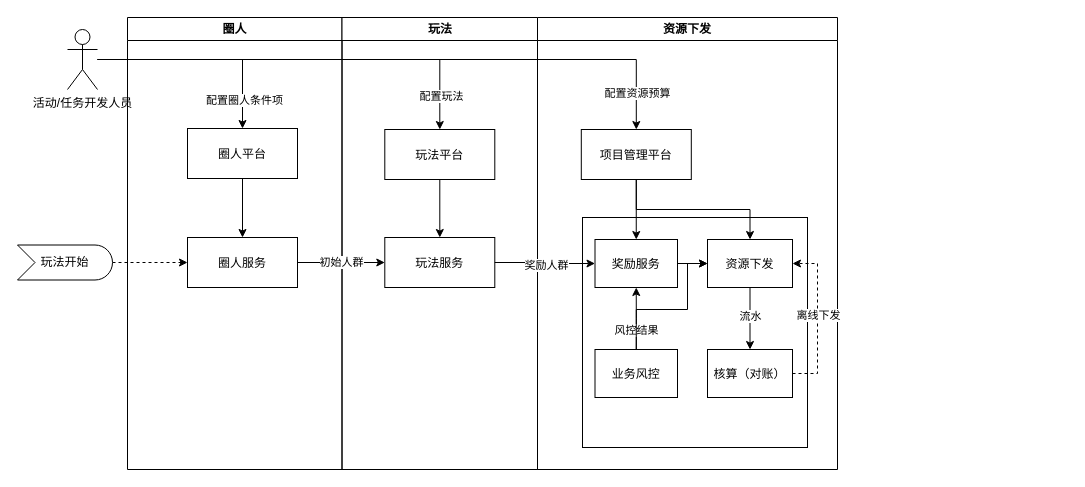
This is capability.drawio from carlonelong/pics, a draw.io file, before an edit. Source tidied: cells renumbered, new cells numbered last; positions are measured from the earlier drawing's top-left corner, leaving out a move shared by most shapes. Both pictures are drawn from the tidied source at 100%, with x=0, y=0 at pixel (17, 17).
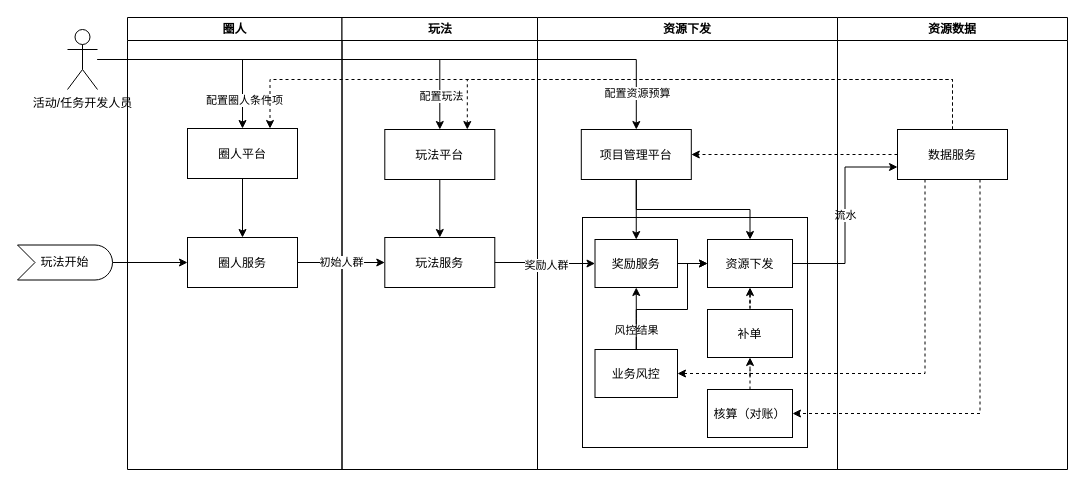
The same page after the edit.

The change refers to these unchanged cells:
```xml
<mxCell id="4" value="圈人平台" parent="2" vertex="1">
  <mxGeometry x="60" y="111" width="110" height="50" as="geometry" />
</mxCell>
<mxCell id="5" value="圈人服务" parent="2" vertex="1">
  <mxGeometry x="60" y="220" width="110" height="50" as="geometry" />
</mxCell>
<mxCell id="8" value="玩法平台" parent="6" vertex="1">
  <mxGeometry x="42.8" y="112" width="110" height="50" as="geometry" />
</mxCell>
<mxCell id="10" value="资源下发" style="swimlane;whiteSpace=wrap;" parent="1" vertex="1">
  <mxGeometry x="520" width="300" height="452" as="geometry" />
</mxCell>
<mxCell id="13" value="项目管理平台" parent="10" vertex="1">
  <mxGeometry x="43.8" y="112" width="110" height="50" as="geometry" />
</mxCell>
<mxCell id="18" value="资源下发" parent="10" vertex="1">
  <mxGeometry x="170" y="222" width="85" height="48" as="geometry" />
</mxCell>
<mxCell id="25" value="业务风控" parent="10" vertex="1">
  <mxGeometry x="57.5" y="332" width="82.5" height="48" as="geometry" />
</mxCell>
<mxCell id="38" value="玩法开始" style="html=1;outlineConnect=0;whiteSpace=wrap;shape=mxgraph.archimate3.event;fillColor=#FFFFFF;" parent="1" vertex="1">
  <mxGeometry y="227.5" width="95" height="35" as="geometry" />
</mxCell>
```

Diff of the diagram source:
```diff
@@
-    <mxCell id="16" style="edgeStyle=orthogonalEdgeStyle;rounded=0;jettySize=auto;html=1;entryX=0.5;entryY=0;entryDx=0;entryDy=0;" parent="10" edge="1" source="18" target="21">
-      <mxGeometry relative="1" as="geometry" />
-    </mxCell>
-    <mxCell id="17" value="流水" style="edgeLabel;html=1;align=center;verticalAlign=middle;" parent="16" vertex="1">
-      <mxGeometry x="-0.1" relative="1" as="geometry" />
-    </mxCell>
@@
-    <mxCell id="19" style="edgeStyle=orthogonalEdgeStyle;rounded=0;jettySize=auto;html=1;entryX=1;entryY=0.5;entryDx=0;entryDy=0;dashed=1;" parent="10" edge="1" source="21" target="18">
-      <mxGeometry relative="1" as="geometry">
-        <Array as="points">
-          <mxPoint x="280" y="356" />
-          <mxPoint x="280" y="246" />
-        </Array>
-      </mxGeometry>
-    </mxCell>
-    <mxCell id="20" value="离线下发" style="edgeLabel;html=1;align=center;verticalAlign=middle;" parent="19" vertex="1">
-      <mxGeometry x="0.05" relative="1" as="geometry" />
-    </mxCell>
-    <mxCell id="21" value="核算（对账）" parent="10" vertex="1">
-      <mxGeometry x="170" y="332" width="85" height="48" as="geometry" />
-    </mxCell>
@@
+    <mxCell id="39" style="edgeStyle=orthogonalEdgeStyle;rounded=0;jettySize=auto;html=1;entryX=0.5;entryY=1;entryDx=0;entryDy=0;dashed=1;" parent="10" edge="1" source="40" target="18">
+      <mxGeometry relative="1" as="geometry" />
+    </mxCell>
+    <mxCell id="40" value="补单" parent="10" vertex="1">
+      <mxGeometry x="170" y="292" width="85" height="48" as="geometry" />
+    </mxCell>
+    <mxCell id="41" style="edgeStyle=orthogonalEdgeStyle;rounded=0;jettySize=auto;html=1;entryX=0.5;entryY=1;entryDx=0;entryDy=0;dashed=1;" parent="10" edge="1" source="21" target="40">
+      <mxGeometry relative="1" as="geometry" />
+    </mxCell>
+    <mxCell id="21" value="核算（对账）" parent="10" vertex="1">
+      <mxGeometry x="170" y="372" width="85" height="48" as="geometry" />
+    </mxCell>
@@
-    <mxCell id="37" style="edgeStyle=orthogonalEdgeStyle;rounded=0;jettySize=auto;html=1;entryX=0;entryY=0.5;entryDx=0;entryDy=0;dashed=1;" parent="1" edge="1" source="38" target="5">
+    <mxCell id="37" style="edgeStyle=orthogonalEdgeStyle;rounded=0;jettySize=auto;html=1;entryX=0;entryY=0.5;entryDx=0;entryDy=0;" parent="1" edge="1" source="38" target="5">
       <mxGeometry relative="1" as="geometry" />
     </mxCell>
@@
+    <mxCell id="42" style="edgeStyle=orthogonalEdgeStyle;rounded=0;jettySize=auto;html=1;entryX=0;entryY=0.75;entryDx=0;entryDy=0;" parent="1" edge="1" source="18" target="44">
+      <mxGeometry relative="1" as="geometry" />
+    </mxCell>
+    <mxCell id="17" value="流水" style="edgeLabel;html=1;align=center;verticalAlign=middle;" parent="42" vertex="1">
+      <mxGeometry y="1" relative="1" as="geometry">
+        <mxPoint x="1" as="offset" />
+      </mxGeometry>
+    </mxCell>
+    <mxCell id="43" value="资源数据" style="swimlane;whiteSpace=wrap;" parent="1" vertex="1">
+      <mxGeometry x="820" width="230" height="452" as="geometry" />
+    </mxCell>
+    <mxCell id="44" value="数据服务" parent="43" vertex="1">
+      <mxGeometry x="60" y="112" width="110" height="50" as="geometry" />
+    </mxCell>
+    <mxCell id="45" style="edgeStyle=orthogonalEdgeStyle;rounded=0;jettySize=auto;html=1;entryX=1;entryY=0.5;entryDx=0;entryDy=0;exitX=0.25;exitY=1;exitDx=0;exitDy=0;dashed=1;" parent="1" edge="1" source="44" target="25">
+      <mxGeometry relative="1" as="geometry" />
+    </mxCell>
+    <mxCell id="46" style="edgeStyle=orthogonalEdgeStyle;rounded=0;jettySize=auto;html=1;entryX=1;entryY=0.5;entryDx=0;entryDy=0;dashed=1;" parent="1" edge="1" source="44" target="13">
+      <mxGeometry relative="1" as="geometry" />
+    </mxCell>
+    <mxCell id="47" style="edgeStyle=orthogonalEdgeStyle;rounded=0;jettySize=auto;html=1;exitX=0.5;exitY=0;exitDx=0;exitDy=0;entryX=0.75;entryY=0;entryDx=0;entryDy=0;dashed=1;" parent="1" edge="1" source="44" target="4">
+      <mxGeometry relative="1" as="geometry">
+        <Array as="points">
+          <mxPoint x="935" y="62" />
+          <mxPoint x="253" y="62" />
+        </Array>
+      </mxGeometry>
+    </mxCell>
+    <mxCell id="48" style="edgeStyle=orthogonalEdgeStyle;rounded=0;jettySize=auto;html=1;entryX=0.75;entryY=0;entryDx=0;entryDy=0;dashed=1;" parent="1" edge="1" source="44" target="8">
+      <mxGeometry relative="1" as="geometry">
+        <Array as="points">
+          <mxPoint x="935" y="62" />
+          <mxPoint x="450" y="62" />
+        </Array>
+      </mxGeometry>
+    </mxCell>
+    <mxCell id="49" style="edgeStyle=orthogonalEdgeStyle;rounded=0;jettySize=auto;html=1;entryX=1;entryY=0.5;entryDx=0;entryDy=0;dashed=1;exitX=0.75;exitY=1;exitDx=0;exitDy=0;" parent="1" edge="1" source="44" target="21">
+      <mxGeometry relative="1" as="geometry" />
+    </mxCell>
```
